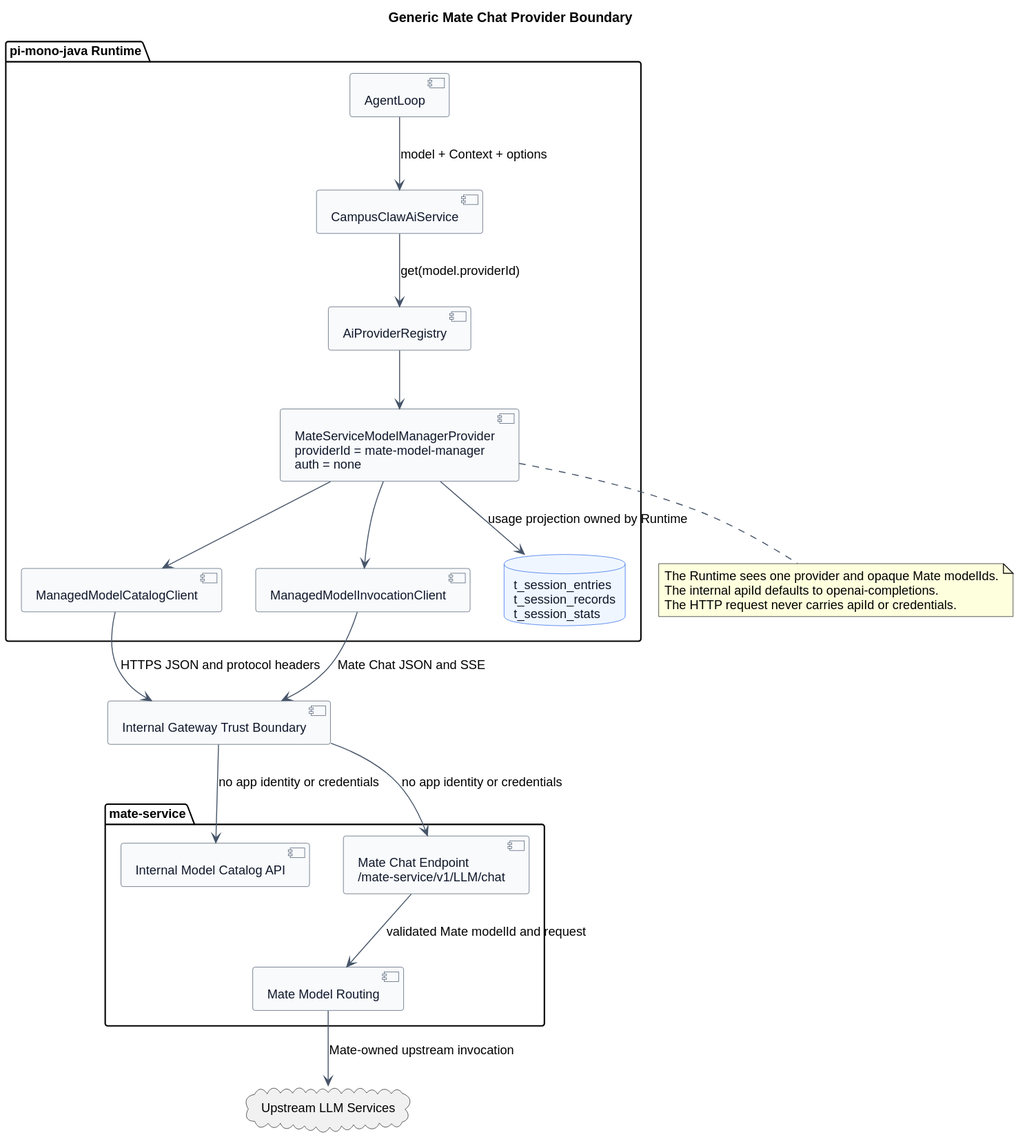
Earlier version of the PlantUML export model-manager-provider-contract/generic_provider_boundary.svg (ssm0808/pi-mono-java-design).
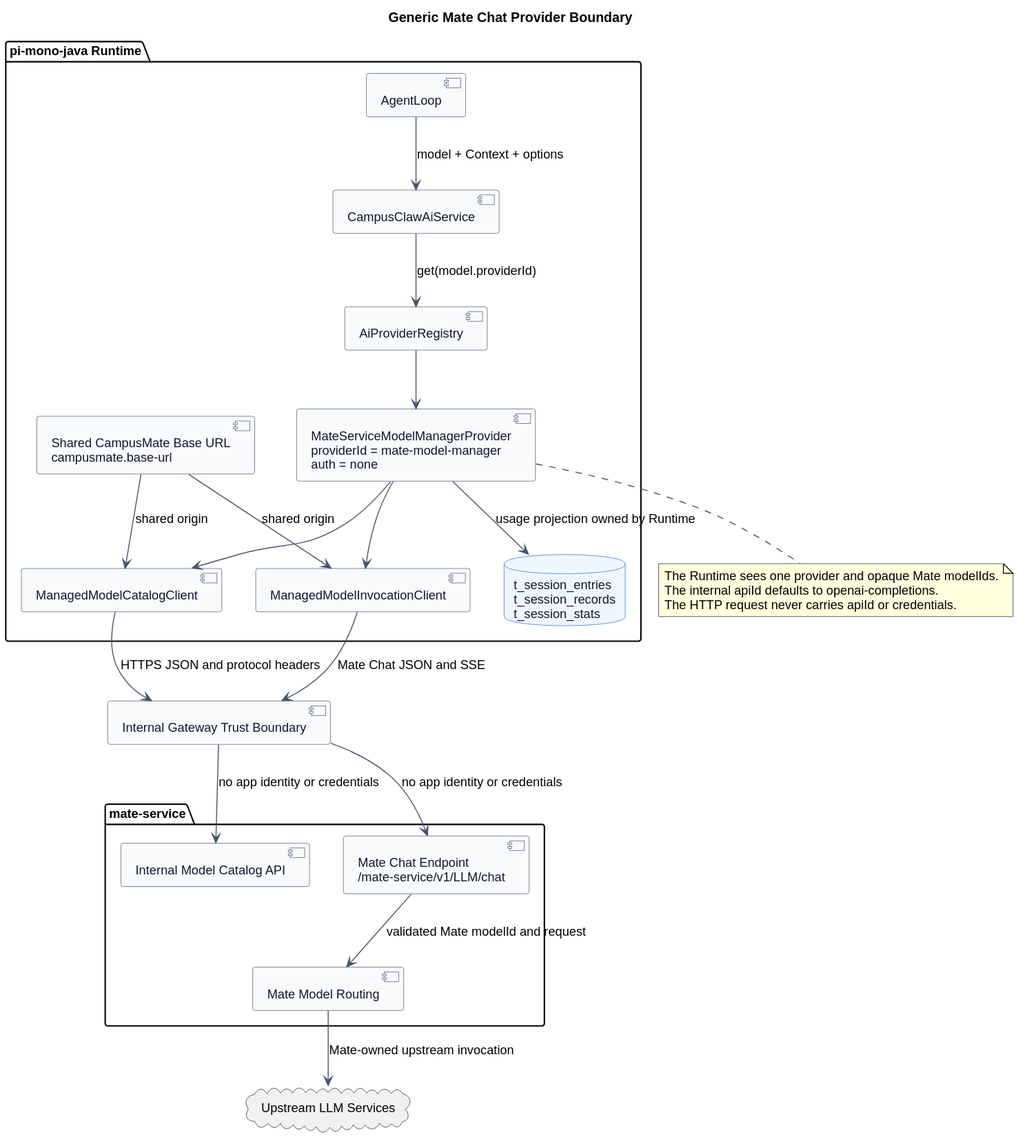
The same file after the commit.

Commit message:
docs(campusmate): 统一客户端基础地址设计

What changed in the source:
```diff
@@ -19,6 +19,7 @@
 skinparam ArrowColor #475569
 
 package "pi-mono-java Runtime" {
+  [Shared CampusMate Base URL\ncampusmate.base-url] as CampusMateBaseUrl
   [AgentLoop] as Loop
   [CampusClawAiService] as AiService
   [AiProviderRegistry] as Registry
@@ -42,6 +43,8 @@
 Registry --> GenericProvider
 GenericProvider --> CatalogClient
 GenericProvider --> InvocationClient
+CampusMateBaseUrl --> CatalogClient : shared origin
+CampusMateBaseUrl --> InvocationClient : shared origin
 GenericProvider --> SessionStore : usage projection owned by Runtime
 CatalogClient --> Gateway : HTTPS JSON and protocol headers
 InvocationClient --> Gateway : Mate Chat JSON and SSE
```
